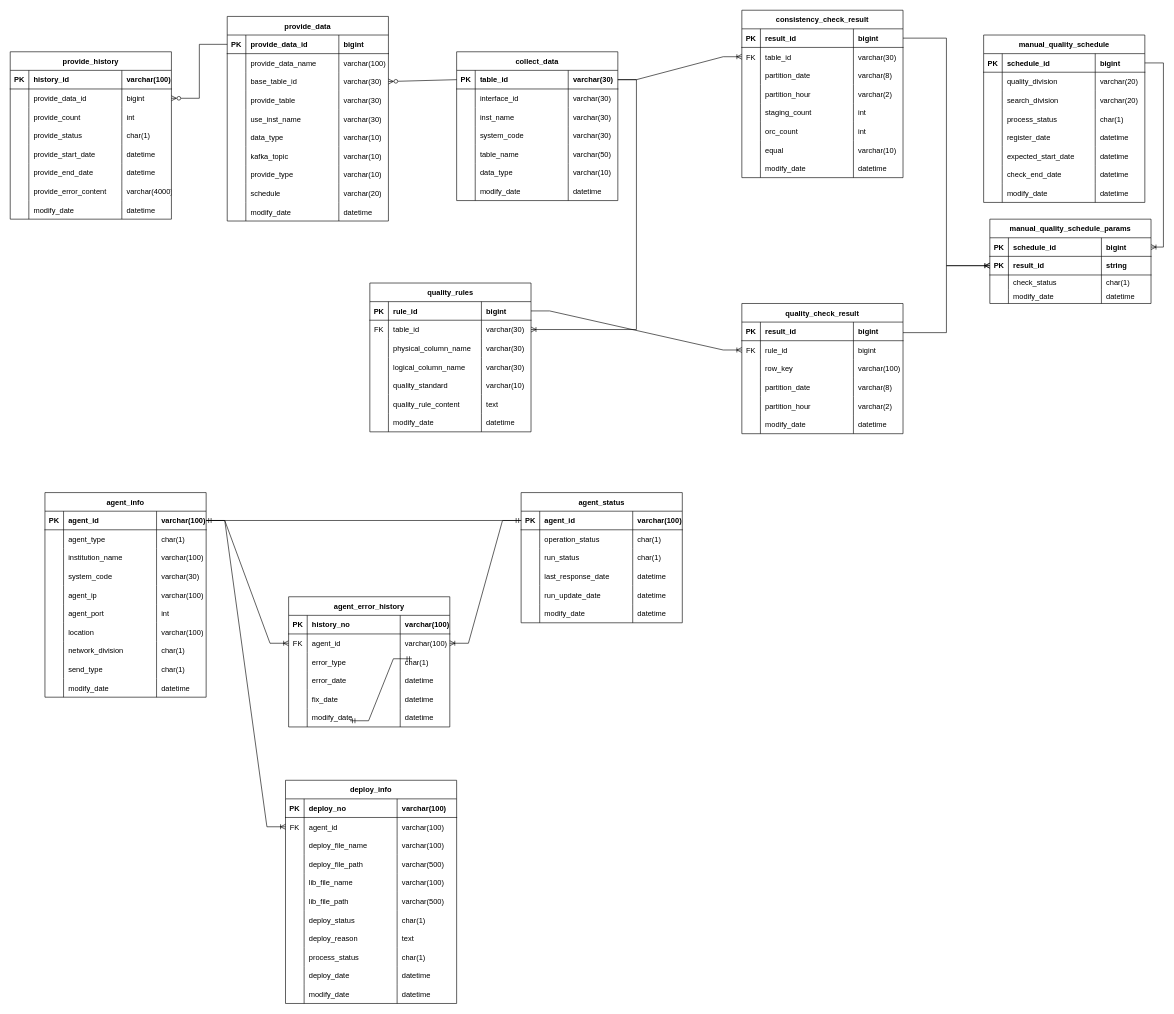
The draw.io diagram 빅데이터 테이블 설계.drawio in vtw-atm/bigdata-table-diagram, before the edit. Source tidied: cells renumbered, new cells numbered last; positions are measured from the earlier drawing's top-left corner, leaving out a move shared by most shapes. Both pictures are drawn from the tidied source at 62%, with x=0, y=0 at pixel (10, 10).
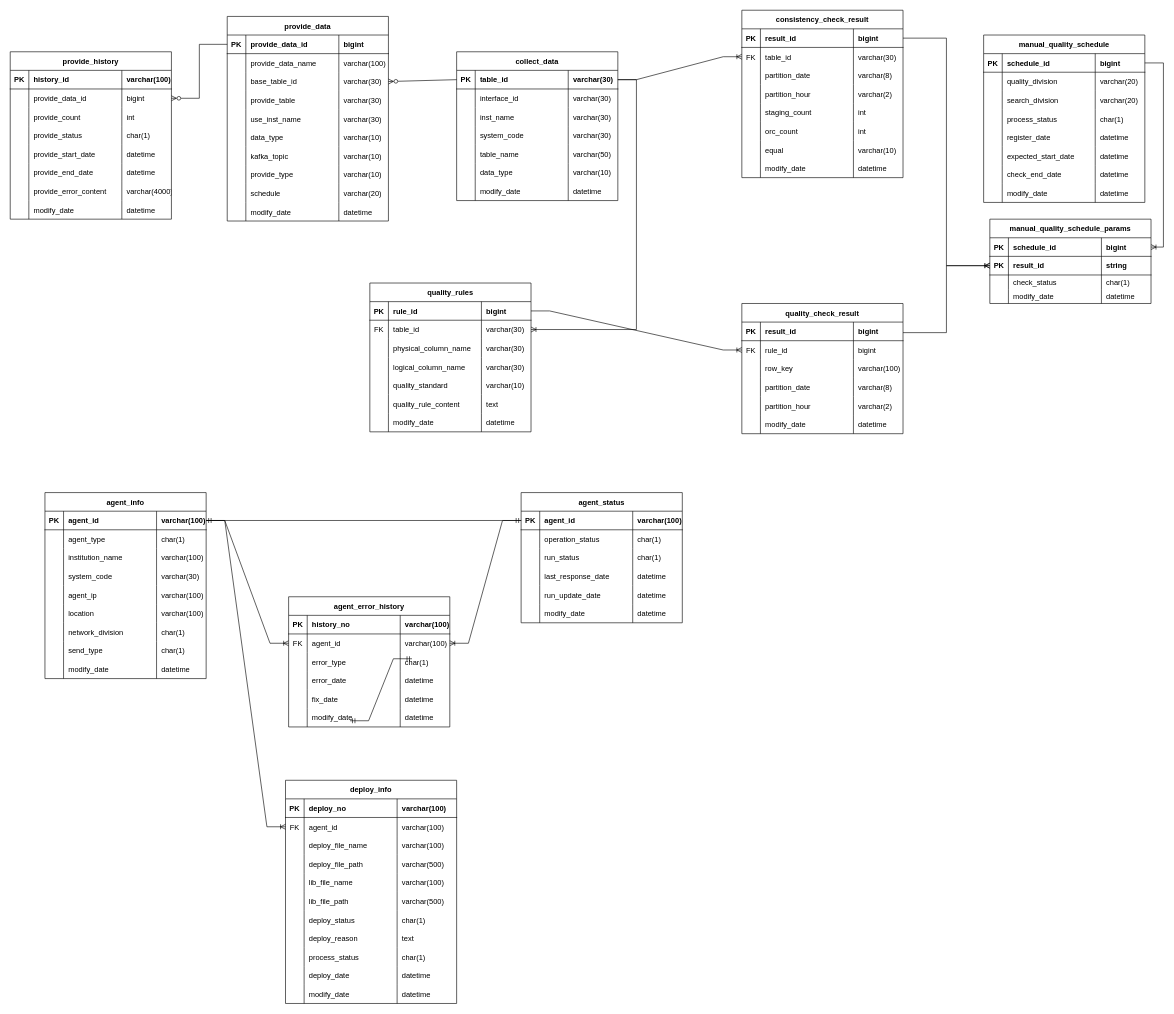
After the change.

Commit message:
에이전트 관리 컬럼 삭제

The edit, as a diff of the source:
```diff
@@
     <mxCell id="275" value="agent_info" style="shape=table;startSize=30;childLayout=tableLayout;rowLines=0;fontStyle=1;align=center;rounded=0;" parent="1" vertex="1">
-      <mxGeometry x="56" y="778" width="260" height="330" as="geometry" />
+      <mxGeometry x="56" y="778" width="260" height="300" as="geometry" />
     </mxCell>
@@
-    <mxCell id="296" style="shape=tableRow;horizontal=0;startSize=0;swimlaneHead=0;swimlaneBody=0;fillColor=none;top=0;left=0;right=0;bottom=0;rounded=0;" parent="275" vertex="1">
-      <mxGeometry y="180" width="260" height="30" as="geometry" />
-    </mxCell>
-    <mxCell id="297" style="shape=partialRectangle;fillColor=none;top=0;left=0;bottom=0;right=0;overflow=hidden;rounded=0;" parent="296" vertex="1">
-      <mxGeometry width="30" height="30" as="geometry" />
-    </mxCell>
-    <mxCell id="298" value="agent_port" style="shape=partialRectangle;fillColor=none;top=0;left=0;bottom=0;right=0;align=left;spacingLeft=6;overflow=hidden;rounded=0;" parent="296" vertex="1">
-      <mxGeometry x="30" width="150" height="30" as="geometry" />
-    </mxCell>
-    <mxCell id="299" value="int" style="shape=partialRectangle;fillColor=none;top=0;left=0;bottom=0;right=0;align=left;spacingLeft=6;overflow=hidden;rounded=0;" parent="296" vertex="1">
-      <mxGeometry x="180" width="80" height="30" as="geometry" />
-    </mxCell>
     <mxCell id="300" style="shape=tableRow;horizontal=0;startSize=0;swimlaneHead=0;swimlaneBody=0;fillColor=none;top=0;left=0;right=0;bottom=0;rounded=0;" parent="275" vertex="1">
-      <mxGeometry y="210" width="260" height="30" as="geometry" />
+      <mxGeometry y="180" width="260" height="30" as="geometry" />
     </mxCell>
@@
     <mxCell id="304" style="shape=tableRow;horizontal=0;startSize=0;swimlaneHead=0;swimlaneBody=0;fillColor=none;top=0;left=0;right=0;bottom=0;rounded=0;" parent="275" vertex="1">
-      <mxGeometry y="240" width="260" height="30" as="geometry" />
+      <mxGeometry y="210" width="260" height="30" as="geometry" />
     </mxCell>
@@
     <mxCell id="308" style="shape=tableRow;horizontal=0;startSize=0;swimlaneHead=0;swimlaneBody=0;fillColor=none;top=0;left=0;right=0;bottom=0;rounded=0;" parent="275" vertex="1">
-      <mxGeometry y="270" width="260" height="30" as="geometry" />
+      <mxGeometry y="240" width="260" height="30" as="geometry" />
     </mxCell>
@@
     <mxCell id="312" style="shape=tableRow;horizontal=0;startSize=0;swimlaneHead=0;swimlaneBody=0;fillColor=none;top=0;left=0;right=0;bottom=0;rounded=0;" parent="275" vertex="1">
-      <mxGeometry y="300" width="260" height="30" as="geometry" />
+      <mxGeometry y="270" width="260" height="30" as="geometry" />
     </mxCell>
```
